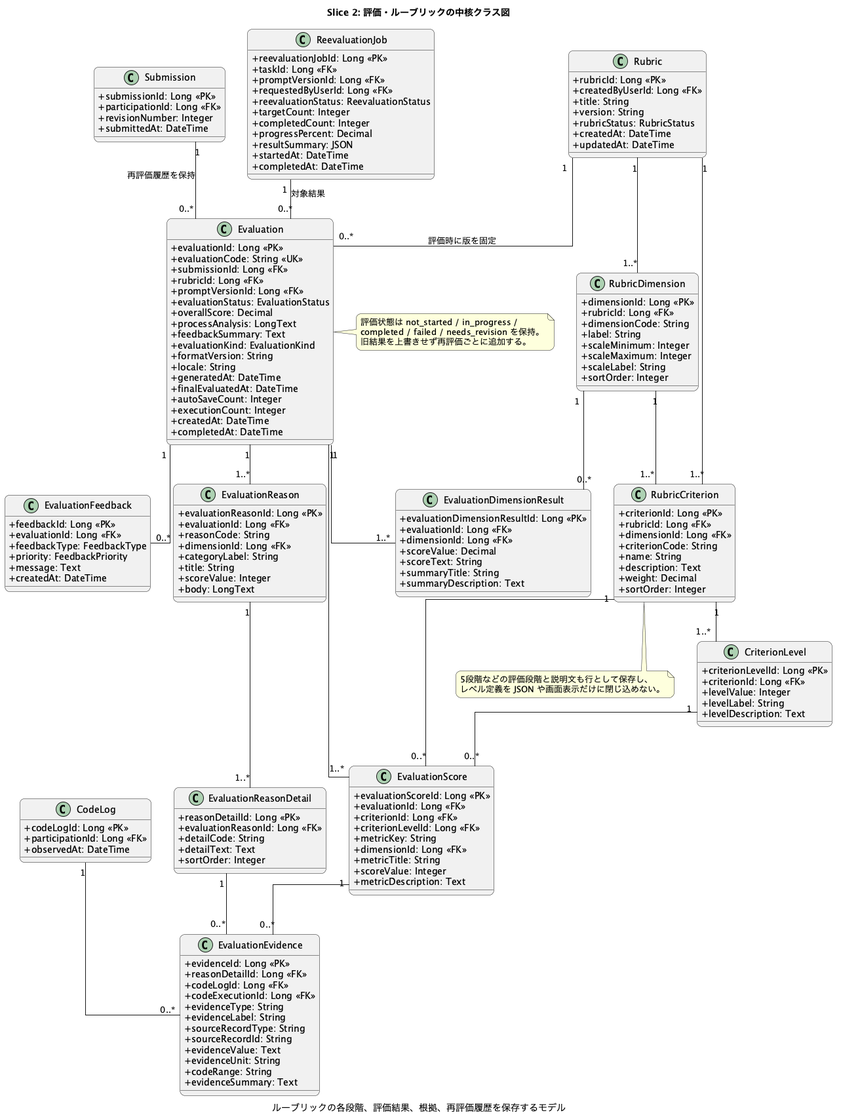
toichan/programming-process-evaluator keeps this PlantUML diagram as docs/class-diagram/images/02-evaluation-rubric.png. Above is the earlier version.
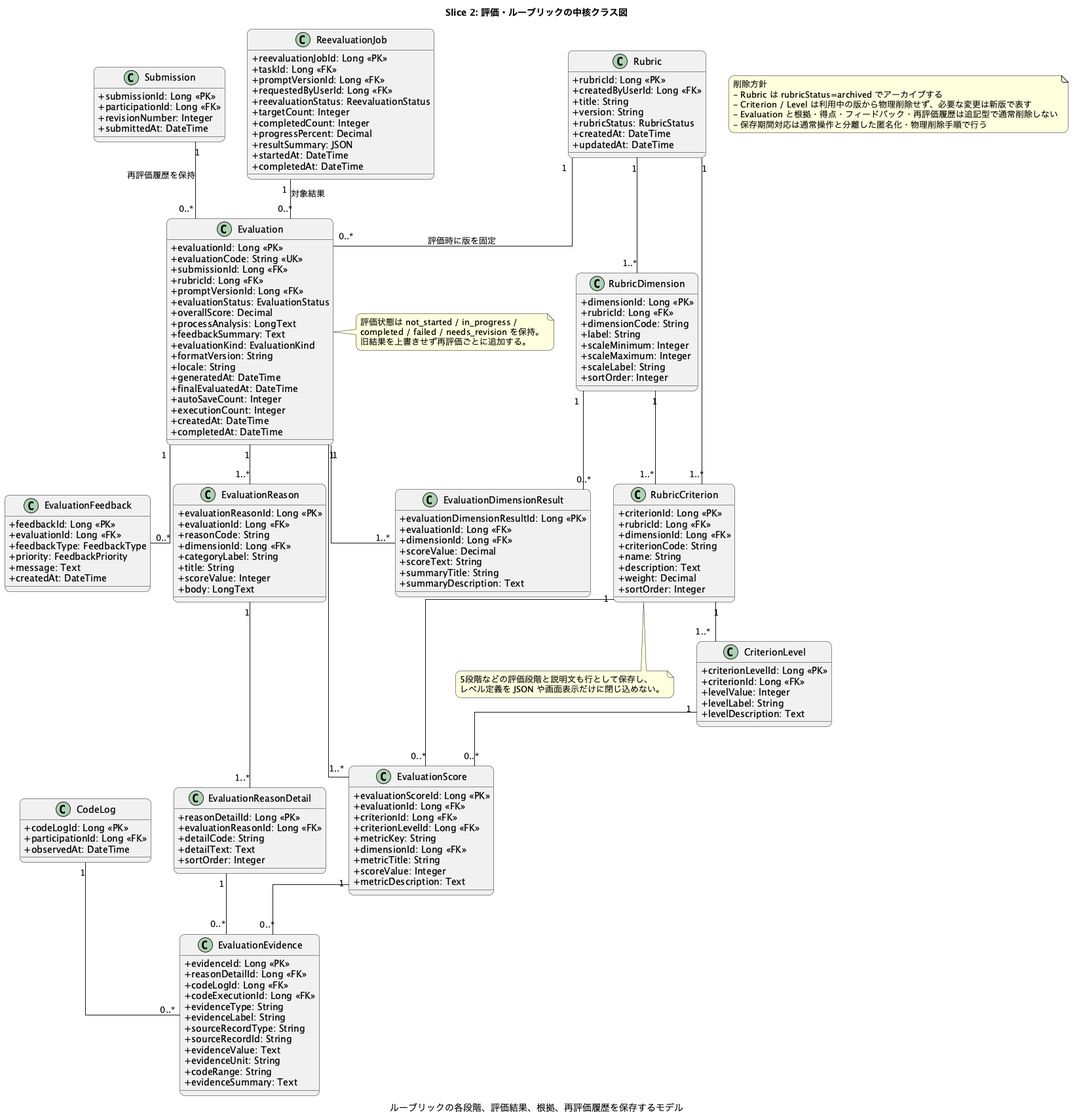
After the commit.

Diff of the diagram source:
```diff
@@ -7,6 +7,8 @@
 skinparam roundcorner 15
 skinparam linetype ortho
 skinparam packageStyle rectangle
+
+note "削除方針\n- Rubric は rubricStatus=archived でアーカイブする\n- Criterion / Level は利用中の版から物理削除せず、必要な変更は新版で表す\n- Evaluation と根拠・得点・フィードバック・再評価履歴は追記型で通常削除しない\n- 保存期間対応は通常操作と分離した匿名化・物理削除手順で行う" as SoftDeletePolicy
 
 class Rubric {
   + rubricId: Long <<PK>>
```
